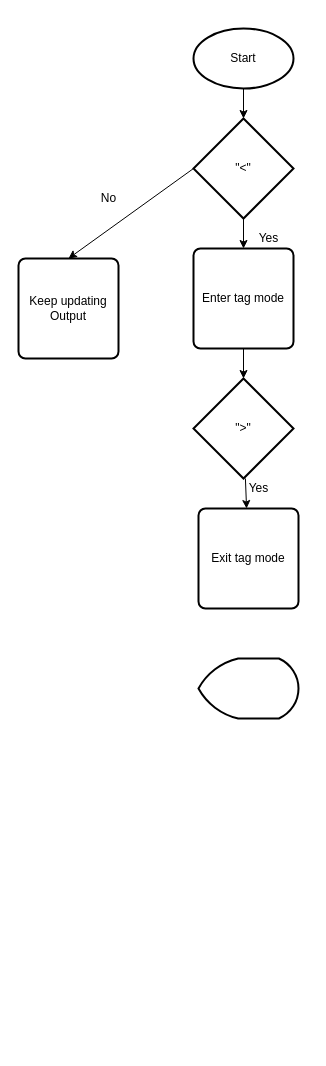
Earlier version of the draw.io diagram example1/algo1.drawio (Mani007/ExpertDebuggingSkill). Source tidied: cells renumbered, new cells numbered last; positions are measured from the earlier drawing's top-left corner, leaving out a move shared by most shapes. Both pictures are drawn from the tidied source at 100%, with x=0, y=0 at pixel (18, 28).
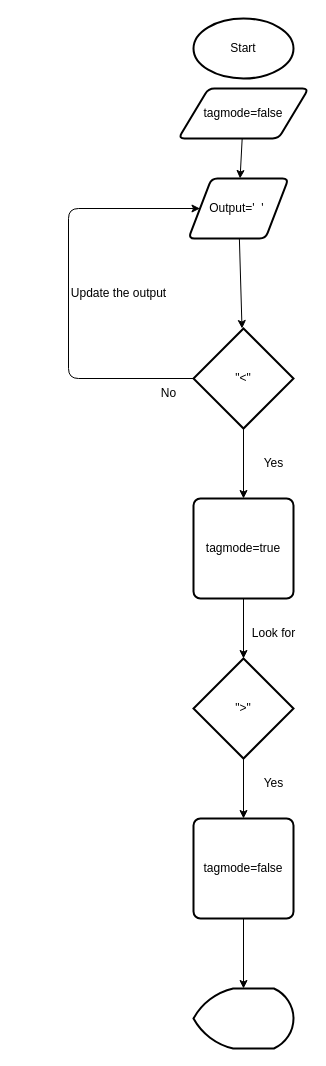
After the change.

Commit message (it also covers changes not shown here):
Code is getting failed here

Diff of the diagram source:
```diff
@@
-    <mxCell id="2" style="edgeStyle=none;html=1;" parent="1" edge="1" source="3" target="6">
-      <mxGeometry relative="1" as="geometry" />
-    </mxCell>
     <mxCell id="3" value="Start" style="strokeWidth=2;html=1;shape=mxgraph.flowchart.start_1;whiteSpace=wrap;" parent="1" vertex="1">
-      <mxGeometry x="175" width="100" height="60" as="geometry" />
+      <mxGeometry x="175" y="-10" width="100" height="60" as="geometry" />
     </mxCell>
@@
-    <mxCell id="5" style="edgeStyle=none;html=1;exitX=0;exitY=0.5;exitDx=0;exitDy=0;exitPerimeter=0;entryX=0.5;entryY=0;entryDx=0;entryDy=0;" parent="1" edge="1" source="6" target="14">
-      <mxGeometry relative="1" as="geometry" />
-    </mxCell>
+    <mxCell id="17" style="edgeStyle=none;html=1;exitX=0;exitY=0.5;exitDx=0;exitDy=0;exitPerimeter=0;entryX=0;entryY=0.5;entryDx=0;entryDy=0;" parent="1" edge="1" source="6" target="22">
+      <mxGeometry relative="1" as="geometry">
+        <Array as="points">
+          <mxPoint x="50" y="350" />
+          <mxPoint x="50" y="180" />
+        </Array>
+      </mxGeometry>
+    </mxCell>
     <mxCell id="6" value="&quot;&amp;lt;&quot;&lt;br&gt;" style="strokeWidth=2;html=1;shape=mxgraph.flowchart.decision;whiteSpace=wrap;" parent="1" vertex="1">
-      <mxGeometry x="175" y="90" width="100" height="100" as="geometry" />
+      <mxGeometry x="175" y="300" width="100" height="100" as="geometry" />
     </mxCell>
@@
-    <mxCell id="8" value="Enter tag mode" style="rounded=1;whiteSpace=wrap;html=1;absoluteArcSize=1;arcSize=14;strokeWidth=2;" parent="1" vertex="1">
-      <mxGeometry x="175" y="220" width="100" height="100" as="geometry" />
+    <mxCell id="8" value="tagmode=true" style="rounded=1;whiteSpace=wrap;html=1;absoluteArcSize=1;arcSize=14;strokeWidth=2;" parent="1" vertex="1">
+      <mxGeometry x="175" y="470" width="100" height="100" as="geometry" />
     </mxCell>
+    <mxCell id="18" style="edgeStyle=none;html=1;" parent="1" edge="1" source="9" target="16">
+      <mxGeometry relative="1" as="geometry" />
+    </mxCell>
-    <mxCell id="9" value="Exit tag mode" style="rounded=1;whiteSpace=wrap;html=1;absoluteArcSize=1;arcSize=14;strokeWidth=2;" parent="1" vertex="1">
-      <mxGeometry x="180" y="480" width="100" height="100" as="geometry" />
+    <mxCell id="9" value="tagmode=false" style="rounded=1;whiteSpace=wrap;html=1;absoluteArcSize=1;arcSize=14;strokeWidth=2;" parent="1" vertex="1">
+      <mxGeometry x="175" y="790" width="100" height="100" as="geometry" />
     </mxCell>
@@
     <mxCell id="11" value="&quot;&amp;gt;&quot;" style="strokeWidth=2;html=1;shape=mxgraph.flowchart.decision;whiteSpace=wrap;" parent="1" vertex="1">
-      <mxGeometry x="175" y="350" width="100" height="100" as="geometry" />
+      <mxGeometry x="175" y="630" width="100" height="100" as="geometry" />
     </mxCell>
     <mxCell id="12" value="Yes" style="text;html=1;align=center;verticalAlign=middle;strokeColor=none;fillColor=none;" parent="1" vertex="1">
-      <mxGeometry x="230" y="195" width="40" height="30" as="geometry" />
+      <mxGeometry x="235" y="420" width="40" height="30" as="geometry" />
     </mxCell>
     <mxCell id="13" value="Yes" style="text;html=1;align=center;verticalAlign=middle;strokeColor=none;fillColor=none;" parent="1" vertex="1">
-      <mxGeometry x="220" y="445" width="40" height="30" as="geometry" />
+      <mxGeometry x="235" y="740" width="40" height="30" as="geometry" />
     </mxCell>
-    <mxCell id="14" value="Keep updating&lt;br&gt;Output" style="rounded=1;whiteSpace=wrap;html=1;absoluteArcSize=1;arcSize=14;strokeWidth=2;" parent="1" vertex="1">
-      <mxGeometry y="230" width="100" height="100" as="geometry" />
-    </mxCell>
     <mxCell id="15" value="No" style="text;html=1;align=center;verticalAlign=middle;strokeColor=none;fillColor=none;" parent="1" vertex="1">
-      <mxGeometry x="70" y="155" width="40" height="30" as="geometry" />
+      <mxGeometry x="130" y="350" width="40" height="30" as="geometry" />
     </mxCell>
     <mxCell id="16" style="strokeWidth=2;html=1;shape=mxgraph.flowchart.display;whiteSpace=wrap;" parent="1" vertex="1">
-      <mxGeometry x="180" y="630" width="100" height="60" as="geometry" />
+      <mxGeometry x="175" y="960" width="100" height="60" as="geometry" />
     </mxCell>
+    <mxCell id="19" style="edgeStyle=none;html=1;" parent="1" edge="1" source="20" target="22">
+      <mxGeometry relative="1" as="geometry" />
+    </mxCell>
+    <mxCell id="20" value="tagmode=false" style="shape=parallelogram;html=1;strokeWidth=2;perimeter=parallelogramPerimeter;whiteSpace=wrap;rounded=1;arcSize=12;size=0.23;" parent="1" vertex="1">
+      <mxGeometry x="160" y="60" width="130" height="50" as="geometry" />
+    </mxCell>
+    <mxCell id="21" style="edgeStyle=none;html=1;" parent="1" edge="1" source="22" target="6">
+      <mxGeometry relative="1" as="geometry" />
+    </mxCell>
+    <mxCell id="22" value="Output='&amp;nbsp; '&amp;nbsp;" style="shape=parallelogram;html=1;strokeWidth=2;perimeter=parallelogramPerimeter;whiteSpace=wrap;rounded=1;arcSize=12;size=0.23;" parent="1" vertex="1">
+      <mxGeometry x="170" y="150" width="100" height="60" as="geometry" />
+    </mxCell>
+    <mxCell id="23" value="Update the output" style="text;html=1;align=center;verticalAlign=middle;strokeColor=none;fillColor=none;" parent="1" vertex="1">
+      <mxGeometry x="40" y="250" width="120" height="30" as="geometry" />
+    </mxCell>
+    <mxCell id="24" value="Look for" style="text;html=1;align=center;verticalAlign=middle;strokeColor=none;fillColor=none;" parent="1" vertex="1">
+      <mxGeometry x="220" y="590" width="70" height="30" as="geometry" />
+    </mxCell>
```
